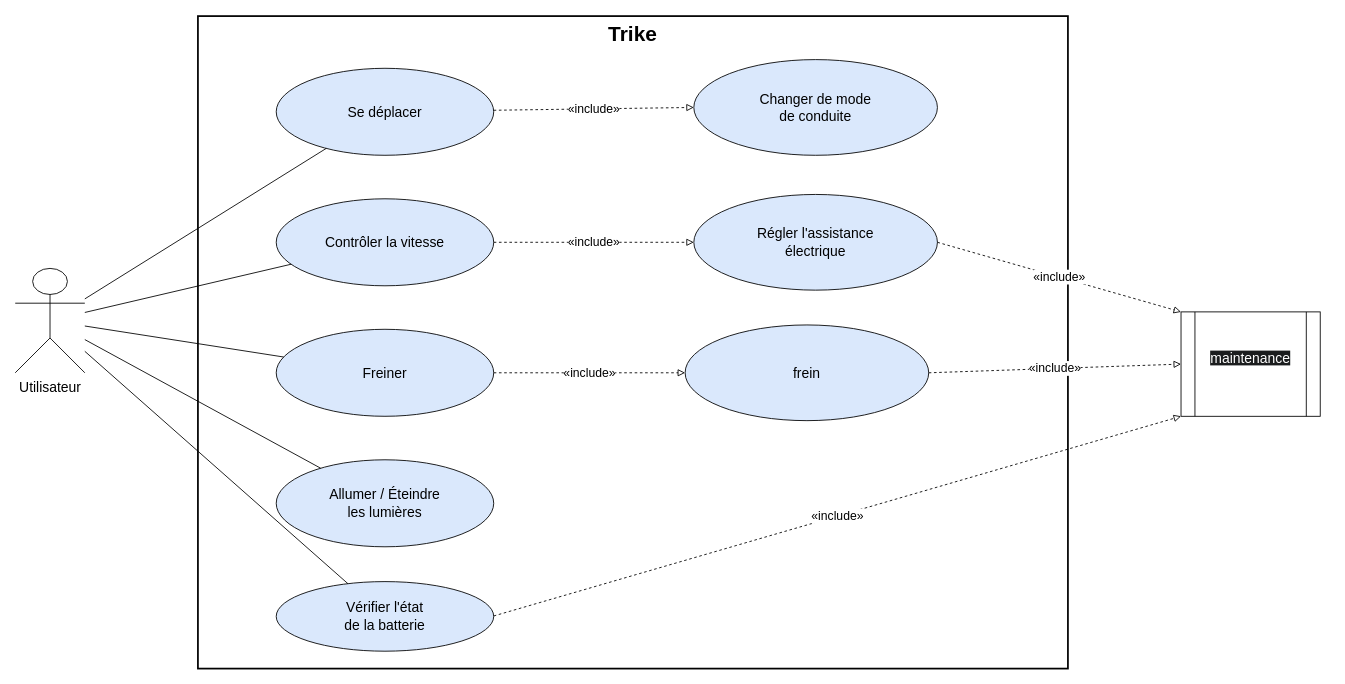
Before: SysML/Diagrammes/Diagramme sans nom.drawio in erwangrave810/projet_trike_2026, a draw.io diagram. Source tidied: cells renumbered, new cells numbered last; positions are measured from the earlier drawing's top-left corner, leaving out a move shared by most shapes. Both pictures are drawn from the tidied source at 87%, with x=0, y=0 at pixel (15, 16).
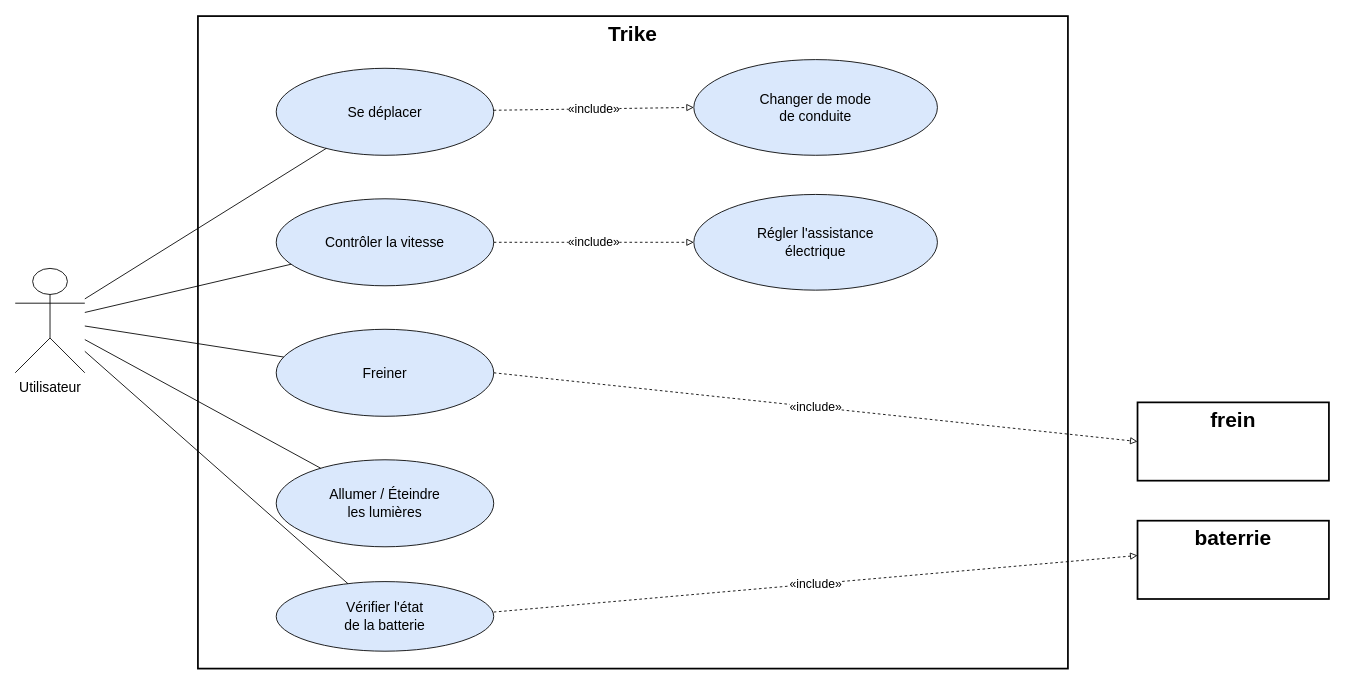
The same page after the edit.

Unchanged cells that the change refers to:
```xml
<mxCell id="10" value="Régler l'assistance&lt;br&gt;électrique" style="ellipse;whiteSpace=wrap;html=1;fillColor=#dae8fc;strokeColor=#000000;fontSize=16;" parent="1" vertex="1">
  <mxGeometry x="780" y="205" width="280" height="110" as="geometry" />
</mxCell>
```

The edit, as a diff of the source:
```diff
@@
+    <mxCell id="19" value="&amp;laquo;include&amp;raquo;" style="dashed=1;endArrow=block;endFill=0;html=1;fontSize=14;entryX=0;entryY=0.5;entryDx=0;entryDy=0;" parent="1" edge="1" target="18">
+      <mxGeometry relative="1" as="geometry">
+        <mxPoint x="550" y="410" as="sourcePoint" />
+      </mxGeometry>
+    </mxCell>
+    <mxCell id="24" value="baterrie" style="rounded=0;whiteSpace=wrap;html=1;verticalAlign=top;fontSize=24;fontStyle=1;strokeWidth=2;" parent="1" vertex="1">
+      <mxGeometry x="1290" y="580" width="220" height="90" as="geometry" />
+    </mxCell>
-    <mxCell id="18" value="frein" style="ellipse;whiteSpace=wrap;html=1;fillColor=#dae8fc;strokeColor=#000000;fontSize=16;" parent="1" vertex="1">
-      <mxGeometry x="770" y="355" width="280" height="110" as="geometry" />
+    <mxCell id="18" value="frein" style="rounded=0;whiteSpace=wrap;html=1;verticalAlign=top;fontSize=24;fontStyle=1;strokeWidth=2;" parent="1" vertex="1">
+      <mxGeometry x="1290" y="444" width="220" height="90" as="geometry" />
     </mxCell>
-    <mxCell id="19" value="&amp;laquo;include&amp;raquo;" style="dashed=1;endArrow=block;endFill=0;html=1;fontSize=14;entryX=0;entryY=0.5;entryDx=0;entryDy=0;" parent="1" edge="1" target="18">
-      <mxGeometry relative="1" as="geometry">
-        <mxPoint x="550" y="410" as="sourcePoint" />
-      </mxGeometry>
-    </mxCell>
-    <mxCell id="20" value="&amp;laquo;include&amp;raquo;" style="dashed=1;endArrow=block;endFill=0;html=1;fontSize=14;entryX=0;entryY=1;entryDx=0;entryDy=0;" parent="1" edge="1" target="23">
-      <mxGeometry relative="1" as="geometry">
-        <mxPoint x="550" y="689.5" as="sourcePoint" />
-      </mxGeometry>
-    </mxCell>
-    <mxCell id="21" value="&amp;laquo;include&amp;raquo;" style="dashed=1;endArrow=block;endFill=0;html=1;fontSize=14;exitX=1;exitY=0.5;exitDx=0;exitDy=0;entryX=0;entryY=0.5;entryDx=0;entryDy=0;" parent="1" edge="1" source="18" target="23">
-      <mxGeometry relative="1" as="geometry" />
-    </mxCell>
-    <mxCell id="22" value="&amp;laquo;include&amp;raquo;" style="dashed=1;endArrow=block;endFill=0;html=1;fontSize=14;exitX=1;exitY=0.5;exitDx=0;exitDy=0;entryX=0;entryY=0;entryDx=0;entryDy=0;" parent="1" edge="1" source="10" target="23">
-      <mxGeometry relative="1" as="geometry" />
-    </mxCell>
-    <mxCell id="23" value="&#10;&lt;span style=&quot;color: rgb(255, 255, 255); font-family: Helvetica; font-size: 16px; font-style: normal; font-variant-ligatures: normal; font-variant-caps: normal; font-weight: 400; letter-spacing: normal; orphans: 2; text-align: center; text-indent: 0px; text-transform: none; widows: 2; word-spacing: 0px; -webkit-text-stroke-width: 0px; white-space: normal; background-color: rgb(27, 29, 30); text-decoration-thickness: initial; text-decoration-style: initial; text-decoration-color: initial; display: inline !important; float: none;&quot;&gt;maintenance&lt;/span&gt;&#10;&#10;" style="shape=process;whiteSpace=wrap;html=1;backgroundOutline=1;" parent="1" vertex="1">
-      <mxGeometry x="1340" y="340" width="160" height="120" as="geometry" />
-    </mxCell>
+    <mxCell id="25" value="&amp;laquo;include&amp;raquo;" style="dashed=1;endArrow=block;endFill=0;html=1;fontSize=14;entryX=0;entryY=0.5;entryDx=0;entryDy=0;" parent="1" edge="1">
+      <mxGeometry relative="1" as="geometry">
+        <mxPoint x="550" y="685" as="sourcePoint" />
+        <mxPoint x="1290" y="620" as="targetPoint" />
+      </mxGeometry>
+    </mxCell>
```
